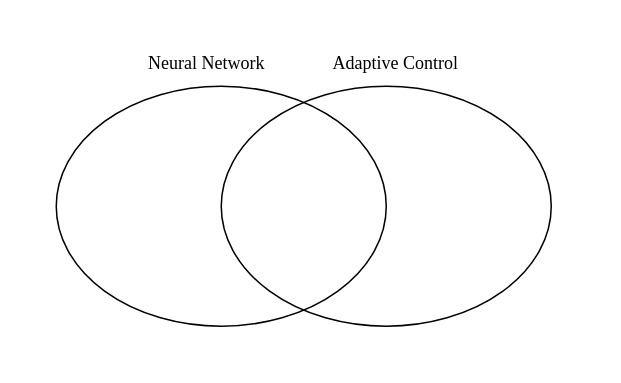
Before: presentation/figures/NAC.drawio in KAIST-MIC-Lab/CONAC, a draw.io diagram. Source tidied: cells renumbered, new cells numbered last; positions are measured from the earlier drawing's top-left corner, leaving out a move shared by most shapes. Both pictures are drawn from the tidied source at 150%, with x=0, y=0 at pixel (56, 40).
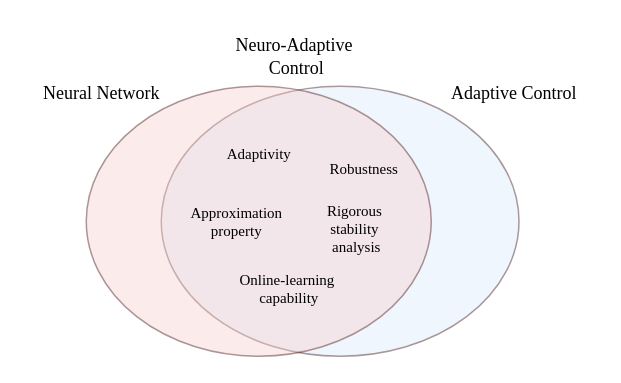
The same diagram, later.

Diff of the diagram source:
```diff
@@
 <mxGraphModel>
   <root>
     <mxCell id="0" />
     <mxCell id="1" parent="0" />
     <mxCell id="2" value="Adaptive Control" style="text;html=1;align=center;verticalAlign=middle;strokeColor=none;fillColor=none;fontFamily=Times New Roman;" parent="1" vertex="1">
-      <mxGeometry x="171" width="110" height="30" as="geometry" />
+      <mxGeometry x="250" y="20" width="110" height="30" as="geometry" />
     </mxCell>
-    <mxCell id="3" style="ellipse;whiteSpace=wrap;html=1;fillColor=none;" parent="1" vertex="1">
-      <mxGeometry y="30" width="220" height="160" as="geometry" />
-    </mxCell>
-    <mxCell id="4" style="ellipse;whiteSpace=wrap;html=1;fillColor=none;" parent="1" vertex="1">
-      <mxGeometry x="110" y="30" width="220" height="160" as="geometry" />
+    <mxCell id="4" style="ellipse;whiteSpace=wrap;html=1;fillColor=#dae8fc;strokeColor=#330000;opacity=40;strokeWidth=1;" parent="1" vertex="1">
+      <mxGeometry x="70" y="30" width="238.5" height="180" as="geometry" />
     </mxCell>
+    <mxCell id="10" style="ellipse;whiteSpace=wrap;html=1;fillColor=#f8cecc;strokeColor=#330000;opacity=40;strokeWidth=1;" parent="1" vertex="1">
+      <mxGeometry x="20" y="30" width="230" height="180" as="geometry" />
+    </mxCell>
     <mxCell id="5" parent="0" />
     <mxCell id="6" parent="0" />
     <mxCell id="7" parent="0" />
     <mxCell id="8" value="Neural Network" style="text;html=1;align=center;verticalAlign=middle;strokeColor=none;fillColor=none;fontFamily=Times New Roman;" parent="7" vertex="1">
-      <mxGeometry x="50" width="100" height="30" as="geometry" />
+      <mxGeometry x="-20" y="20" width="100" height="30" as="geometry" />
     </mxCell>
+    <mxCell id="11" value="Neuro-Adaptive&amp;nbsp;&lt;div&gt;Control&lt;/div&gt;" style="text;html=1;align=center;verticalAlign=middle;strokeColor=none;fillColor=none;fontFamily=Times New Roman;" parent="7" vertex="1">
+      <mxGeometry x="110" y="-10" width="100" height="40" as="geometry" />
+    </mxCell>
+    <mxCell id="12" value="Approximation&lt;div&gt;property&lt;/div&gt;" style="text;html=1;align=center;verticalAlign=middle;strokeColor=none;fillColor=none;fontFamily=Times New Roman;fontSize=10;" parent="7" vertex="1">
+      <mxGeometry x="80" y="100" width="80" height="40" as="geometry" />
+    </mxCell>
+    <mxCell id="13" value="Rigorous&amp;nbsp;&lt;div&gt;stability&amp;nbsp;&lt;div&gt;analysis&lt;/div&gt;&lt;/div&gt;" style="text;html=1;align=center;verticalAlign=middle;strokeColor=none;fillColor=none;fontFamily=Times New Roman;fontSize=10;" parent="7" vertex="1">
+      <mxGeometry x="170" y="100" width="60" height="50" as="geometry" />
+    </mxCell>
+    <mxCell id="14" value="Online-learning&amp;nbsp;&lt;div&gt;capability&lt;/div&gt;" style="text;html=1;align=center;verticalAlign=middle;strokeColor=none;fillColor=none;fontFamily=Times New Roman;fontSize=10;" parent="7" vertex="1">
+      <mxGeometry x="110" y="145" width="90" height="40" as="geometry" />
+    </mxCell>
+    <mxCell id="15" value="Adaptivity" style="text;html=1;align=center;verticalAlign=middle;strokeColor=none;fillColor=none;fontFamily=Times New Roman;fontSize=10;" parent="7" vertex="1">
+      <mxGeometry x="100" y="60" width="70" height="30" as="geometry" />
+    </mxCell>
+    <mxCell id="16" value="Robustness" style="text;html=1;align=center;verticalAlign=middle;strokeColor=none;fillColor=none;fontFamily=Times New Roman;fontSize=10;" parent="7" vertex="1">
+      <mxGeometry x="170" y="70" width="70" height="30" as="geometry" />
+    </mxCell>
     <mxCell id="9" parent="0" />
   </root>
 </mxGraphModel>
```
